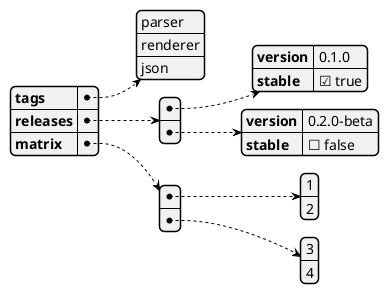
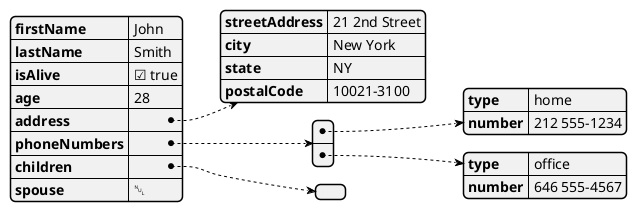
@startjson
{
-   "tags": ["parser", "renderer", "json"],
-   "releases": [
-     { "version": "0.1.0", "stable": true },
-     { "version": "0.2.0-beta", "stable": false }
+   "firstName": "John",
+   "lastName": "Smith",
+   "isAlive": true,
+   "age": 28,
+   "address": {
+     "streetAddress": "21 2nd Street",
+     "city": "New York",
+     "state": "NY",
+     "postalCode": "10021-3100"
+   },
+   "phoneNumbers": [
+     {
+       "type": "home",
+       "number": "212 555-1234"
+     },
+     {
+       "type": "office",
+       "number": "646 555-4567"
+     }
  ],
-   "matrix": [[1, 2], [3, 4]]
+   "children": [],
+   "spouse": null
}
@endjson
